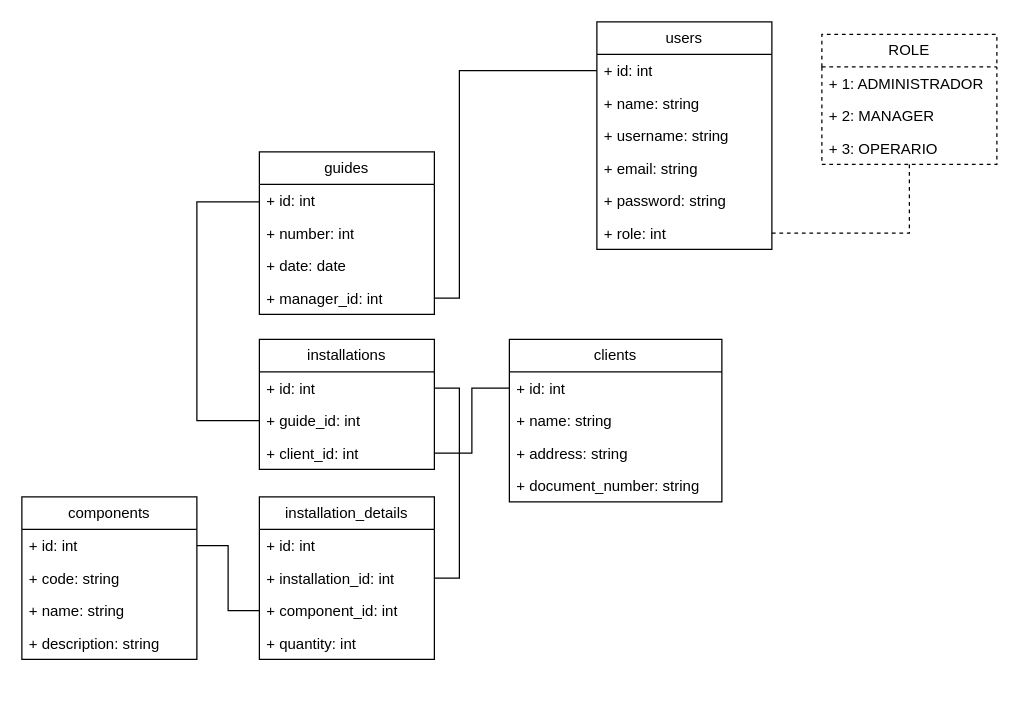
The draw.io diagram campo.drawio in AlvaroHJ21/draw.io, before the edit. Source tidied: cells renumbered, new cells numbered last; positions are measured from the earlier drawing's top-left corner, leaving out a move shared by most shapes. Both pictures are drawn from the tidied source at 125%, with x=0, y=0 at pixel (21, 21).
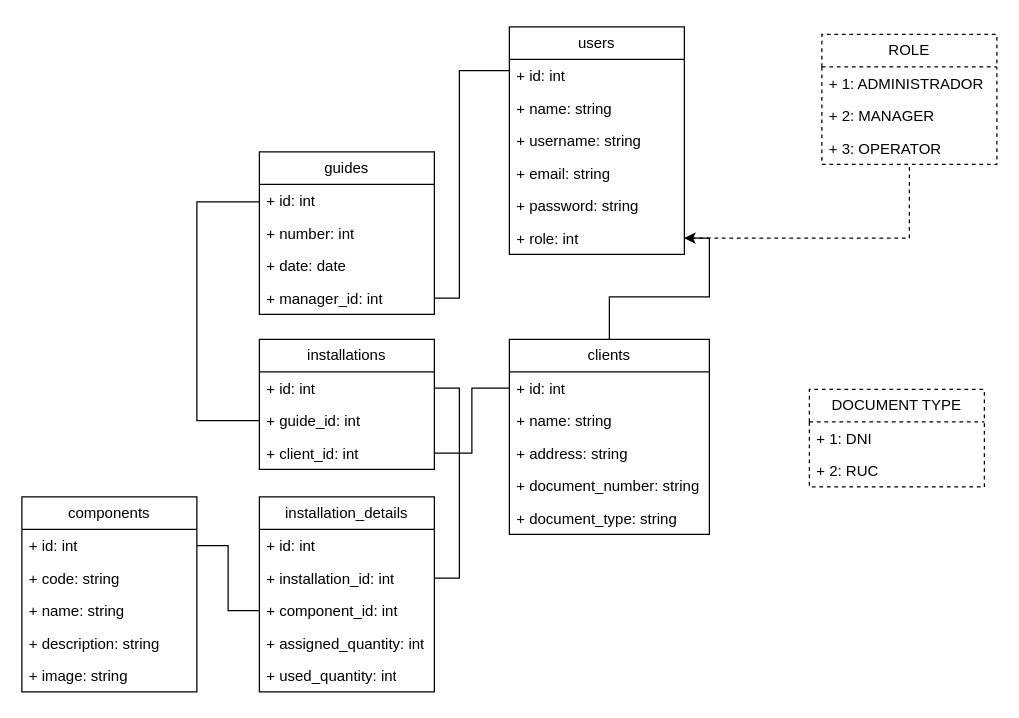
The same page after the edit.

Unchanged cells that the change refers to:
```xml
<mxCell id="37" value="+ role: int" style="text;strokeColor=none;fillColor=none;align=left;verticalAlign=top;spacingLeft=4;spacingRight=4;overflow=hidden;points=[[0,0.5],[1,0.5]];portConstraint=eastwest;whiteSpace=wrap;html=1;" parent="31" vertex="1">
  <mxGeometry y="156" width="140" height="26" as="geometry" />
</mxCell>
<mxCell id="38" value="ROLE" style="swimlane;fontStyle=0;horizontal=1;startSize=26;fillColor=none;whiteSpace=wrap;html=1;dashed=1;" parent="1" vertex="1">
  <mxGeometry x="640" y="10" width="140" height="104" as="geometry" />
</mxCell>
```

Diff of the diagram source:
```diff
@@
     <mxCell id="7" value="components" style="swimlane;fontStyle=0;horizontal=1;startSize=26;fillColor=none;whiteSpace=wrap;html=1;" parent="1" vertex="1">
-      <mxGeometry y="380" width="140" height="130" as="geometry" />
+      <mxGeometry y="380" width="140" height="156" as="geometry" />
     </mxCell>
@@
+    <mxCell id="43" value="+ image: string" style="text;strokeColor=none;fillColor=none;align=left;verticalAlign=top;spacingLeft=4;spacingRight=4;overflow=hidden;whiteSpace=wrap;html=1;" parent="7" vertex="1">
+      <mxGeometry y="130" width="140" height="26" as="geometry" />
+    </mxCell>
+    <mxCell id="44" style="edgeStyle=orthogonalEdgeStyle;rounded=0;jettySize=auto;html=1;" parent="1" edge="1" source="12" target="37">
+      <mxGeometry relative="1" as="geometry" />
+    </mxCell>
     <mxCell id="12" value="clients" style="swimlane;fontStyle=0;horizontal=1;startSize=26;fillColor=none;whiteSpace=wrap;html=1;" parent="1" vertex="1">
-      <mxGeometry x="390" y="254" width="170" height="130" as="geometry" />
+      <mxGeometry x="390" y="254" width="160" height="156" as="geometry" />
     </mxCell>
     <mxCell id="13" value="+ id: int" style="text;strokeColor=none;fillColor=none;align=left;verticalAlign=top;spacingLeft=4;spacingRight=4;overflow=hidden;points=[[0,0.5],[1,0.5]];portConstraint=eastwest;whiteSpace=wrap;html=1;" parent="12" vertex="1">
-      <mxGeometry y="26" width="170" height="26" as="geometry" />
+      <mxGeometry y="26" width="160" height="26" as="geometry" />
     </mxCell>
     <mxCell id="14" value="+ name: string" style="text;strokeColor=none;fillColor=none;align=left;verticalAlign=top;spacingLeft=4;spacingRight=4;overflow=hidden;whiteSpace=wrap;html=1;" parent="12" vertex="1">
-      <mxGeometry y="52" width="170" height="26" as="geometry" />
+      <mxGeometry y="52" width="160" height="26" as="geometry" />
     </mxCell>
     <mxCell id="15" value="+ address: string" style="text;strokeColor=none;fillColor=none;align=left;verticalAlign=top;spacingLeft=4;spacingRight=4;overflow=hidden;whiteSpace=wrap;html=1;" parent="12" vertex="1">
-      <mxGeometry y="78" width="170" height="26" as="geometry" />
+      <mxGeometry y="78" width="160" height="26" as="geometry" />
     </mxCell>
     <mxCell id="16" value="+ document_number: string" style="text;strokeColor=none;fillColor=none;align=left;verticalAlign=top;spacingLeft=4;spacingRight=4;overflow=hidden;whiteSpace=wrap;html=1;" parent="12" vertex="1">
-      <mxGeometry y="104" width="170" height="26" as="geometry" />
+      <mxGeometry y="104" width="160" height="26" as="geometry" />
     </mxCell>
+    <mxCell id="45" value="+ document_type: string" style="text;strokeColor=none;fillColor=none;align=left;verticalAlign=top;spacingLeft=4;spacingRight=4;overflow=hidden;whiteSpace=wrap;html=1;" parent="12" vertex="1">
+      <mxGeometry y="130" width="160" height="26" as="geometry" />
+    </mxCell>
@@
     <mxCell id="21" value="installation_details" style="swimlane;fontStyle=0;horizontal=1;startSize=26;fillColor=none;whiteSpace=wrap;html=1;" parent="1" vertex="1">
-      <mxGeometry x="190" y="380" width="140" height="130" as="geometry" />
+      <mxGeometry x="190" y="380" width="140" height="156" as="geometry" />
     </mxCell>
@@
-    <mxCell id="25" value="+ quantity: int" style="text;strokeColor=none;fillColor=none;align=left;verticalAlign=top;spacingLeft=4;spacingRight=4;overflow=hidden;whiteSpace=wrap;html=1;" parent="21" vertex="1">
+    <mxCell id="25" value="+ assigned_quantity: int" style="text;strokeColor=none;fillColor=none;align=left;verticalAlign=top;spacingLeft=4;spacingRight=4;overflow=hidden;whiteSpace=wrap;html=1;" parent="21" vertex="1">
       <mxGeometry y="104" width="140" height="26" as="geometry" />
     </mxCell>
+    <mxCell id="46" value="+ used_quantity: int" style="text;strokeColor=none;fillColor=none;align=left;verticalAlign=top;spacingLeft=4;spacingRight=4;overflow=hidden;whiteSpace=wrap;html=1;" parent="21" vertex="1">
+      <mxGeometry y="130" width="140" height="26" as="geometry" />
+    </mxCell>
@@
     <mxCell id="31" value="users" style="swimlane;fontStyle=0;horizontal=1;startSize=26;fillColor=none;whiteSpace=wrap;html=1;" parent="1" vertex="1">
-      <mxGeometry x="460" width="140" height="182" as="geometry" />
+      <mxGeometry x="390" y="4" width="140" height="182" as="geometry" />
     </mxCell>
@@
-    <mxCell id="41" value="+ 3: OPERARIO" style="text;strokeColor=none;fillColor=none;align=left;verticalAlign=top;spacingLeft=4;spacingRight=4;overflow=hidden;whiteSpace=wrap;html=1;" parent="38" vertex="1">
+    <mxCell id="41" value="+ 3: OPERATOR" style="text;strokeColor=none;fillColor=none;align=left;verticalAlign=top;spacingLeft=4;spacingRight=4;overflow=hidden;whiteSpace=wrap;html=1;" parent="38" vertex="1">
       <mxGeometry y="78" width="140" height="26" as="geometry" />
     </mxCell>
@@
+    <mxCell id="47" value="DOCUMENT TYPE" style="swimlane;fontStyle=0;horizontal=1;startSize=26;fillColor=none;whiteSpace=wrap;html=1;dashed=1;" parent="1" vertex="1">
+      <mxGeometry x="630" y="294" width="140" height="78" as="geometry" />
+    </mxCell>
+    <mxCell id="48" value="+ 1: DNI" style="text;strokeColor=none;fillColor=none;align=left;verticalAlign=top;spacingLeft=4;spacingRight=4;overflow=hidden;whiteSpace=wrap;html=1;" parent="47" vertex="1">
+      <mxGeometry y="26" width="140" height="26" as="geometry" />
+    </mxCell>
+    <mxCell id="49" value="+ 2: RUC" style="text;strokeColor=none;fillColor=none;align=left;verticalAlign=top;spacingLeft=4;spacingRight=4;overflow=hidden;whiteSpace=wrap;html=1;" parent="47" vertex="1">
+      <mxGeometry y="52" width="140" height="26" as="geometry" />
+    </mxCell>
```
